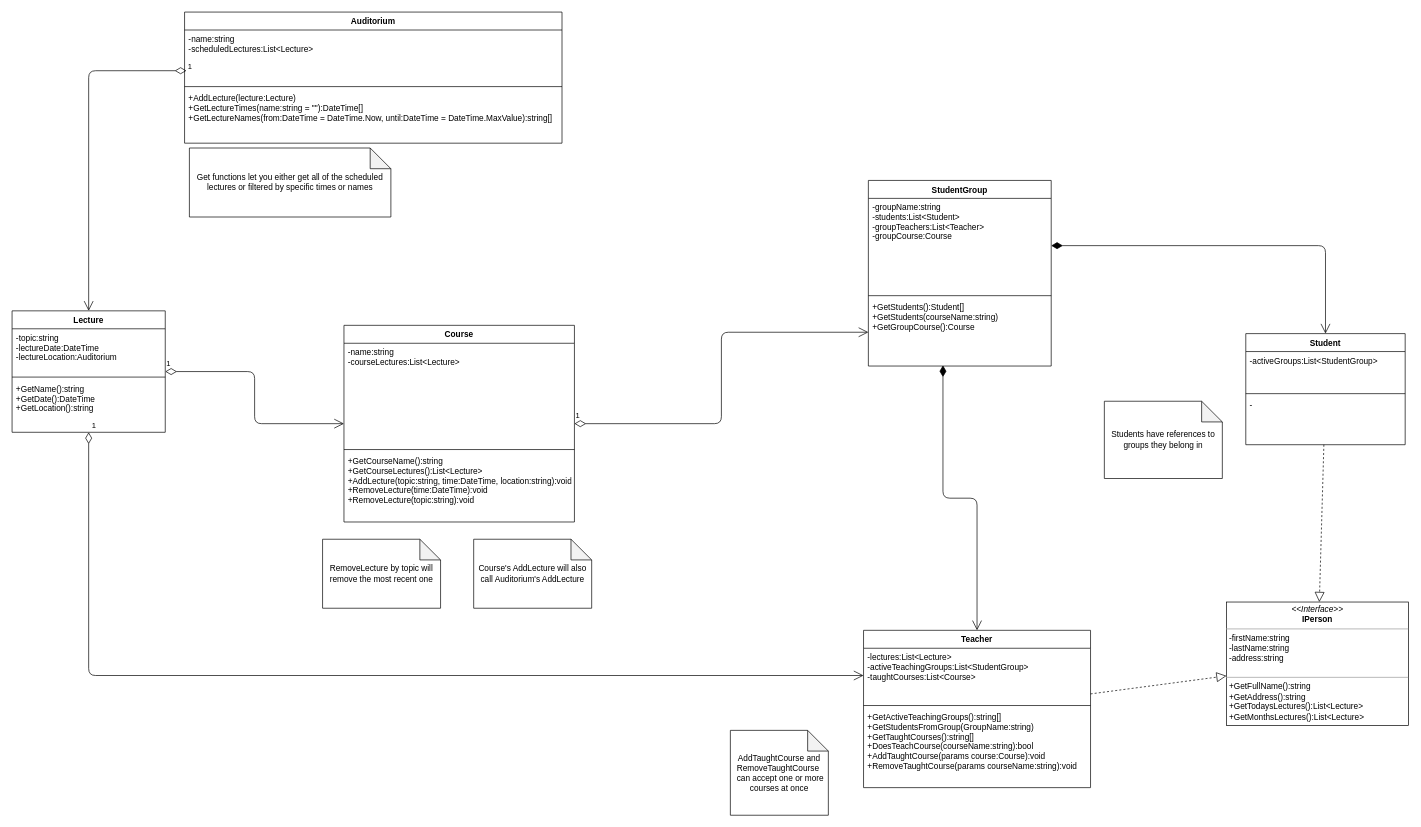
Earlier version of the draw.io diagram University.drawio (igor2080/University). Source tidied: cells renumbered, new cells numbered last; positions are measured from the earlier drawing's top-left corner, leaving out a move shared by most shapes. Both pictures are drawn from the tidied source at 69%, with x=0, y=0 at pixel (12, 12).
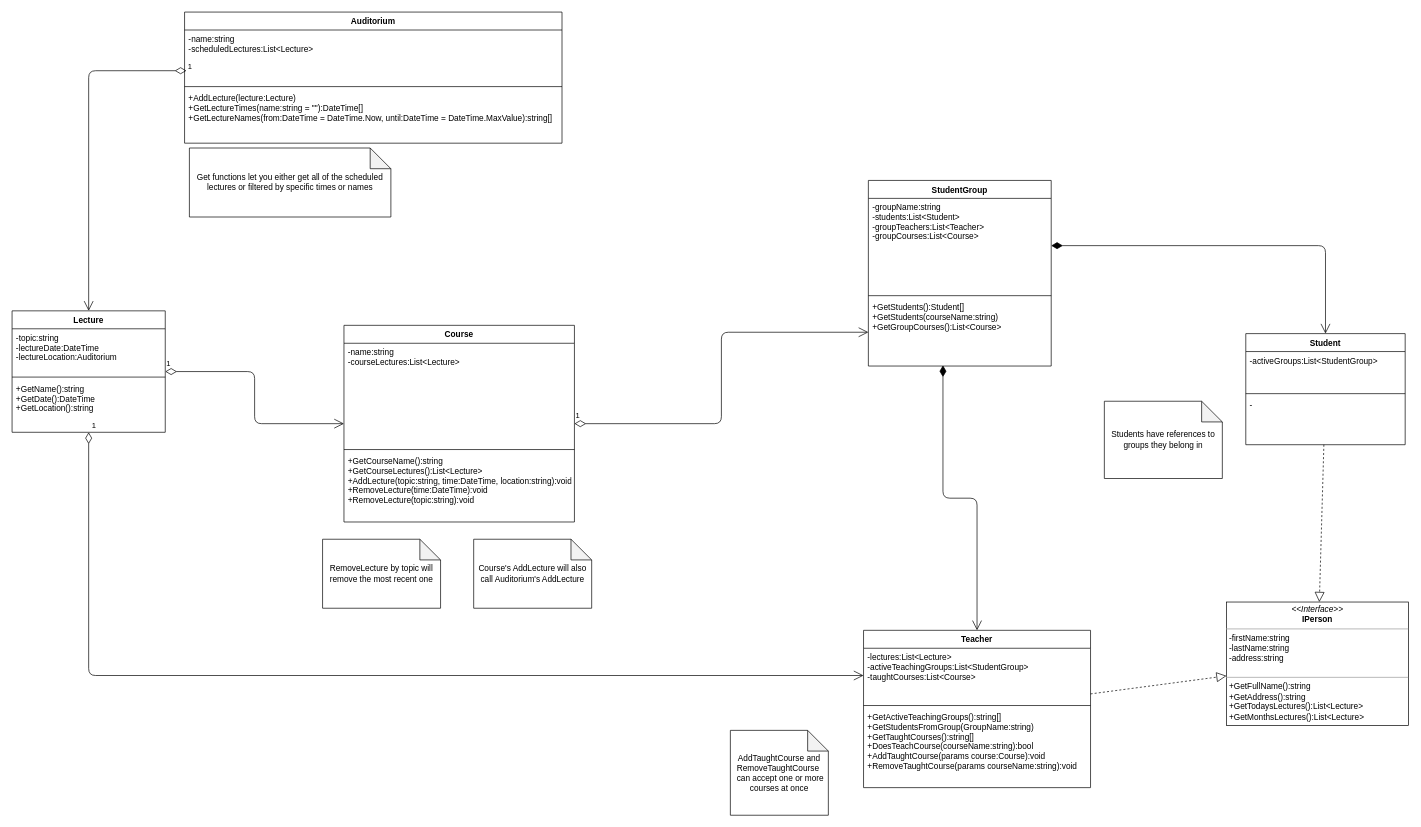
The same diagram, later.

Commit message (it also covers changes not shown here):
changed groups to have many to many relationship with courses

The change refers to these unchanged cells:
```xml
<mxCell id="31" value="StudentGroup" style="swimlane;fontStyle=1;align=center;verticalAlign=top;horizontal=1;startSize=26;" parent="1" vertex="1">
  <mxGeometry x="1241" y="244" width="265" height="269" as="geometry" />
</mxCell>
```

Change to the diagram source:
```diff
@@
-    <mxCell id="32" value="-groupName:string&#10;-students:List&lt;Student&gt;&#10;-groupTeachers:List&lt;Teacher&gt;&#10;-groupCourse:Course" style="text;strokeColor=none;fillColor=none;align=left;verticalAlign=top;spacingLeft=4;spacingRight=4;overflow=hidden;points=[[0,0.5],[1,0.5]];portConstraint=eastwest;" parent="31" vertex="1">
+    <mxCell id="32" value="-groupName:string&#10;-students:List&lt;Student&gt;&#10;-groupTeachers:List&lt;Teacher&gt;&#10;-groupCourses:List&lt;Course&gt;" style="text;strokeColor=none;fillColor=none;align=left;verticalAlign=top;spacingLeft=4;spacingRight=4;overflow=hidden;points=[[0,0.5],[1,0.5]];portConstraint=eastwest;" parent="31" vertex="1">
       <mxGeometry y="26" width="265" height="137" as="geometry" />
     </mxCell>
@@
-    <mxCell id="34" value="+GetStudents():Student[]&#10;+GetStudents(courseName:string)&#10;+GetGroupCourse():Course&#10;&#10;" style="text;strokeColor=none;fillColor=none;align=left;verticalAlign=top;spacingLeft=4;spacingRight=4;overflow=hidden;points=[[0,0.5],[1,0.5]];portConstraint=eastwest;" parent="31" vertex="1">
+    <mxCell id="34" value="+GetStudents():Student[]&#10;+GetStudents(courseName:string)&#10;+GetGroupCourses():List&lt;Course&gt;&#10;" style="text;strokeColor=none;fillColor=none;align=left;verticalAlign=top;spacingLeft=4;spacingRight=4;overflow=hidden;points=[[0,0.5],[1,0.5]];portConstraint=eastwest;" parent="31" vertex="1">
       <mxGeometry y="171" width="265" height="98" as="geometry" />
     </mxCell>
```
